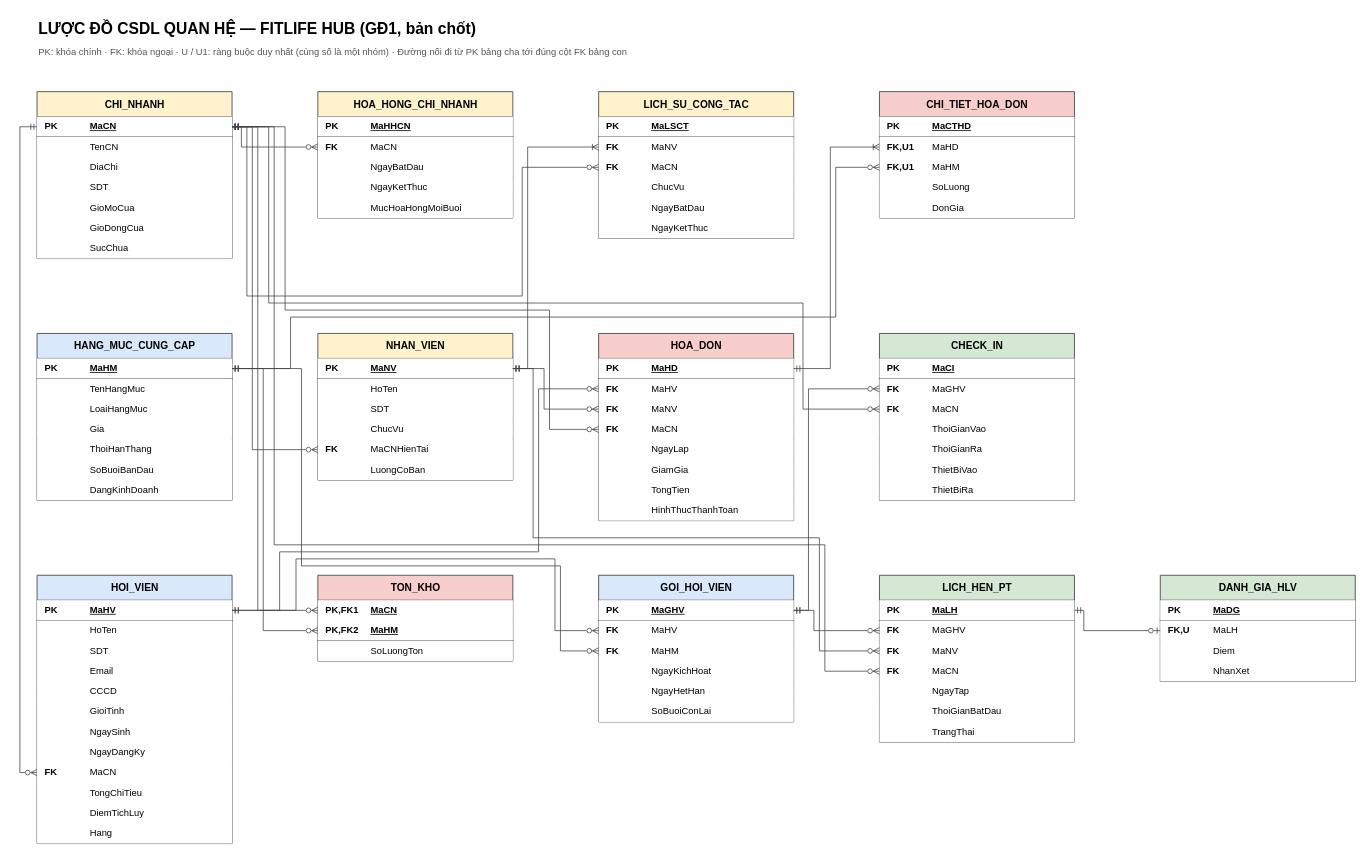
The draw.io diagram docs/gd1/luoc-do-logic.drawio in nhaajtdajt/fitlife-hub-csdlnc, before the edit. Source tidied: cells renumbered, new cells numbered last; positions are measured from the earlier drawing's top-left corner, leaving out a move shared by most shapes. Both pictures are drawn from the tidied source at 78%, with x=0, y=0 at pixel (20, 13).
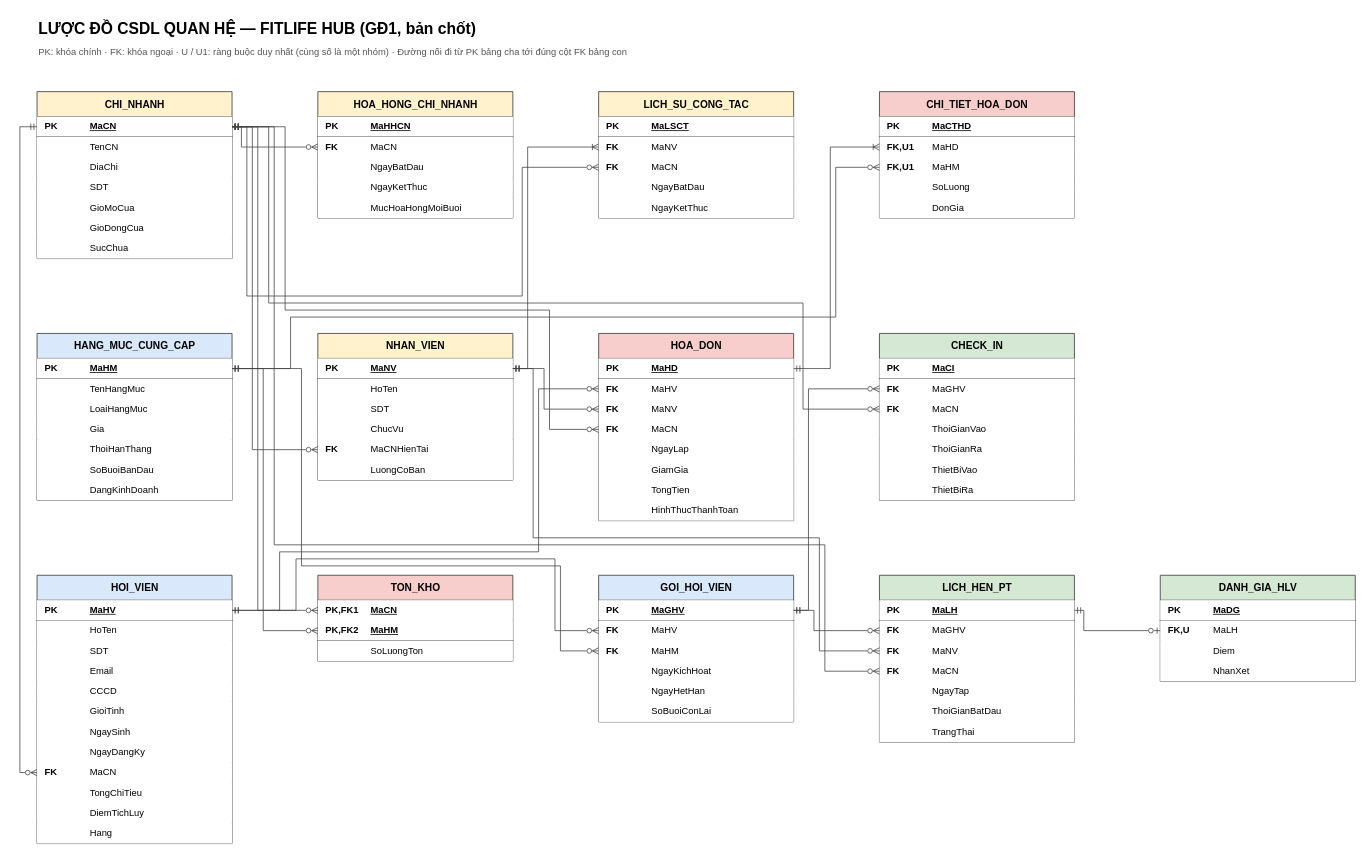
Above is the later version.

Diff of the diagram source:
```diff
@@
     <mxCell id="18" value="LICH_SU_CONG_TAC" style="swimlane;fontStyle=1;horizontal=1;startSize=32;html=1;fillColor=#fff2cc;strokeColor=#333333;fontSize=13;" parent="1" vertex="1">
-      <mxGeometry x="742" y="100" width="250" height="188" as="geometry" />
+      <mxGeometry x="742" y="100" width="250" height="162" as="geometry" />
     </mxCell>
@@
-    <mxCell id="22" value="&lt;span style=&quot;display:inline-block;width:58px;font-weight:bold;&quot;&gt;&lt;/span&gt;ChucVu" style="text;html=1;align=left;verticalAlign=middle;spacingLeft=8;fillColor=#ffffff;strokeColor=none;fontSize=12;" parent="18" vertex="1">
-      <mxGeometry y="110" width="250" height="26" as="geometry" />
-    </mxCell>
     <mxCell id="23" value="&lt;span style=&quot;display:inline-block;width:58px;font-weight:bold;&quot;&gt;&lt;/span&gt;NgayBatDau" style="text;html=1;align=left;verticalAlign=middle;spacingLeft=8;fillColor=#ffffff;strokeColor=none;fontSize=12;" parent="18" vertex="1">
-      <mxGeometry y="136" width="250" height="26" as="geometry" />
+      <mxGeometry y="110" width="250" height="26" as="geometry" />
     </mxCell>
     <mxCell id="24" value="&lt;span style=&quot;display:inline-block;width:58px;font-weight:bold;&quot;&gt;&lt;/span&gt;NgayKetThuc" style="text;html=1;align=left;verticalAlign=middle;spacingLeft=8;fillColor=#ffffff;strokeColor=none;fontSize=12;" parent="18" vertex="1">
-      <mxGeometry y="162" width="250" height="26" as="geometry" />
+      <mxGeometry y="136" width="250" height="26" as="geometry" />
     </mxCell>
```
